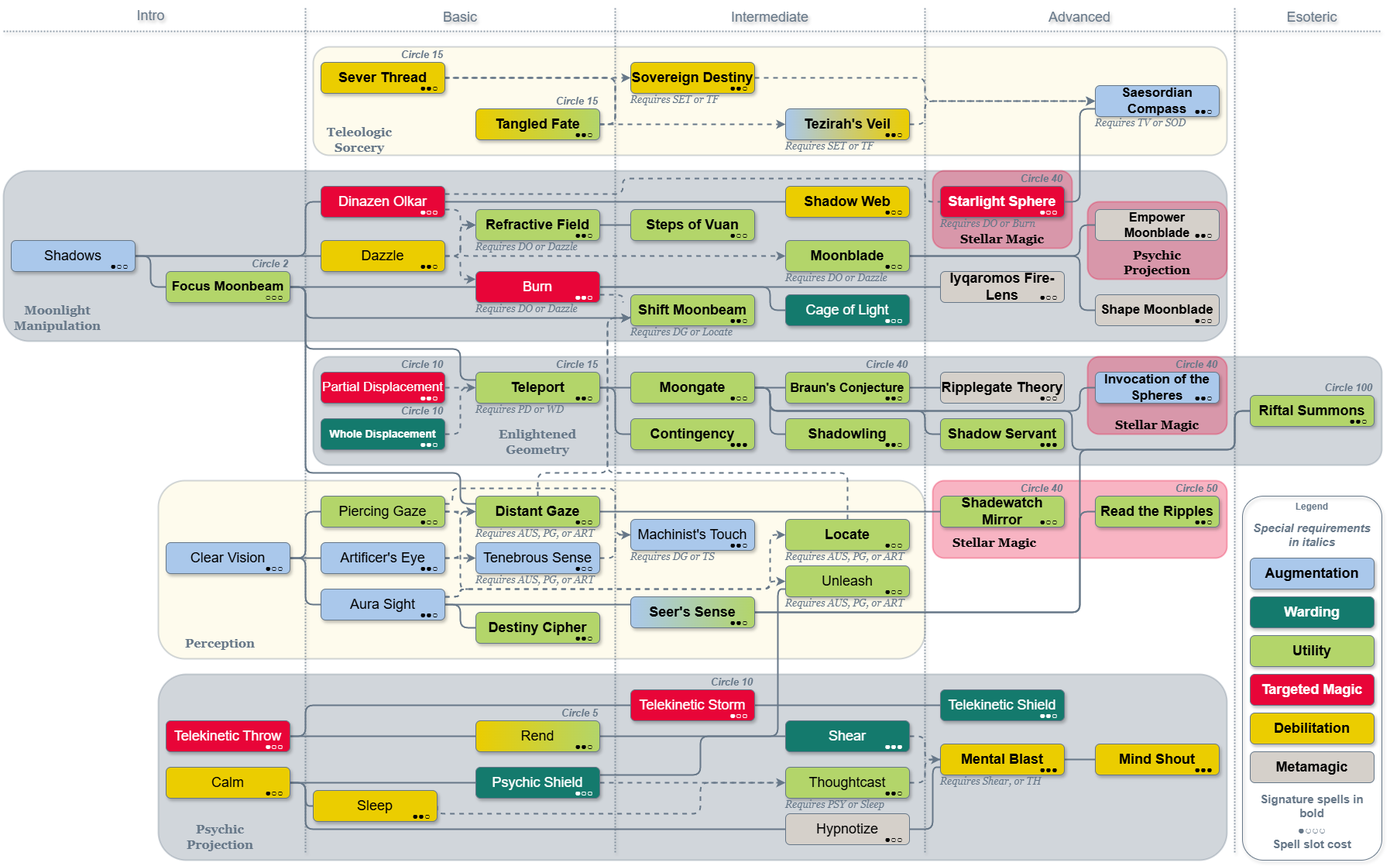
The draw.io diagram Moon Mage/Moon_Mage.png in MahtraDR/dr-spell-trees, before a commit. Source tidied: cells renumbered, new cells last; positions are measured from the earlier drawing's top-left corner, leaving out a move shared by most shapes.
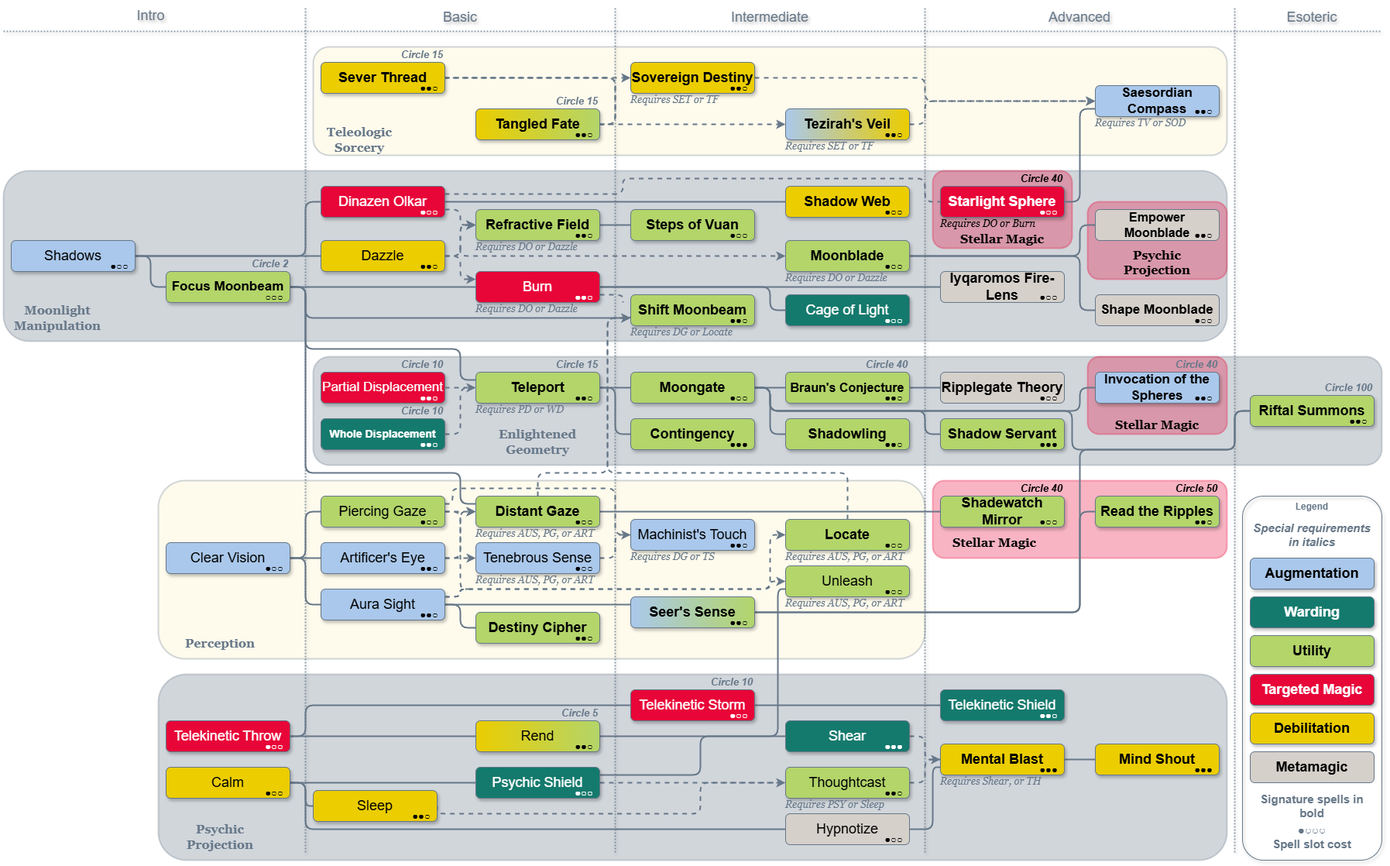
After the change.

What changed in the source:
```diff
@@ -903,16 +903,16 @@
     <mxCell id="227" value="Circle 15" style="text;align=right;verticalAlign=bottom;strokeColor=none;fillColor=none;fontFamily=Helvetica;fontSize=13;fontColor=#667788;labelBackgroundColor=none;fontStyle=3;" parent="225" vertex="1">
       <mxGeometry x="700" y="110" width="70" height="30" as="geometry" />
     </mxCell>
-    <mxCell id="228" value="Circle 40" style="text;align=right;verticalAlign=bottom;strokeColor=none;fillColor=none;fontFamily=Helvetica;fontSize=13;fontColor=#667788;labelBackgroundColor=none;fontStyle=3;" parent="225" vertex="1">
+    <mxCell id="228" value="Circle 40" style="text;align=right;verticalAlign=bottom;strokeColor=none;fillColor=none;fontFamily=Helvetica;fontSize=13;fontColor=#000000;labelBackgroundColor=none;fontStyle=3;" parent="225" vertex="1">
       <mxGeometry x="1300" y="210" width="70" height="30" as="geometry" />
     </mxCell>
     <mxCell id="229" value="Circle 40" style="text;align=right;verticalAlign=bottom;strokeColor=none;fillColor=none;fontFamily=Helvetica;fontSize=13;fontColor=#667788;labelBackgroundColor=none;fontStyle=3;" parent="225" vertex="1">
       <mxGeometry x="1500" y="450" width="70" height="30" as="geometry" />
     </mxCell>
-    <mxCell id="230" value="Circle 40" style="text;align=right;verticalAlign=bottom;strokeColor=none;fillColor=none;fontFamily=Helvetica;fontSize=13;fontColor=#667788;labelBackgroundColor=none;fontStyle=3;" parent="225" vertex="1">
+    <mxCell id="230" value="Circle 40" style="text;align=right;verticalAlign=bottom;strokeColor=none;fillColor=none;fontFamily=Helvetica;fontSize=13;fontColor=#000000;labelBackgroundColor=none;fontStyle=3;" parent="225" vertex="1">
       <mxGeometry x="1300" y="610" width="70" height="30" as="geometry" />
     </mxCell>
-    <mxCell id="231" value="Circle 50" style="text;align=right;verticalAlign=bottom;strokeColor=none;fillColor=none;fontFamily=Helvetica;fontSize=13;fontColor=#667788;labelBackgroundColor=none;fontStyle=3;" parent="225" vertex="1">
+    <mxCell id="231" value="Circle 50" style="text;align=right;verticalAlign=bottom;strokeColor=none;fillColor=none;fontFamily=Helvetica;fontSize=13;fontColor=#000000;labelBackgroundColor=none;fontStyle=3;" parent="225" vertex="1">
       <mxGeometry x="1500" y="610" width="70" height="30" as="geometry" />
     </mxCell>
     <mxCell id="232" value="Circle 100" style="text;align=right;verticalAlign=bottom;strokeColor=none;fillColor=none;fontFamily=Helvetica;fontSize=13;fontColor=#667788;labelBackgroundColor=none;fontStyle=3;" parent="225" vertex="1">
@@ -952,7 +952,7 @@
     <mxCell id="244" value="Requires DO or Dazzle" style="text;align=left;verticalAlign=top;strokeColor=none;fillColor=none;fontFamily=Georgia;fontSize=13;fontColor=#667788;labelBackgroundColor=none;spacing=0;spacingBottom=0;spacingTop=-4;fontStyle=2;" parent="240" vertex="1">
       <mxGeometry x="1010" y="350" width="150" height="20" as="geometry" />
     </mxCell>
-    <mxCell id="245" value="Requires DO or Burn" style="text;align=left;verticalAlign=top;strokeColor=none;fillColor=none;fontFamily=Georgia;fontSize=13;fontColor=#667788;labelBackgroundColor=none;spacing=0;spacingBottom=0;spacingTop=-4;fontStyle=2;" parent="240" vertex="1">
+    <mxCell id="245" value="Requires DO or Burn" style="text;align=left;verticalAlign=top;strokeColor=none;fillColor=none;fontFamily=Georgia;fontSize=13;fontColor=#000000;labelBackgroundColor=none;spacing=0;spacingBottom=0;spacingTop=-4;fontStyle=2;" parent="240" vertex="1">
       <mxGeometry x="1210" y="280" width="140" height="20" as="geometry" />
     </mxCell>
     <mxCell id="246" value="Requires DO or Dazzle" style="text;align=left;verticalAlign=top;strokeColor=none;fillColor=none;fontFamily=Georgia;fontSize=13;fontColor=#667788;labelBackgroundColor=none;spacing=0;spacingBottom=0;spacingTop=-4;fontStyle=2;" parent="240" vertex="1">
```
